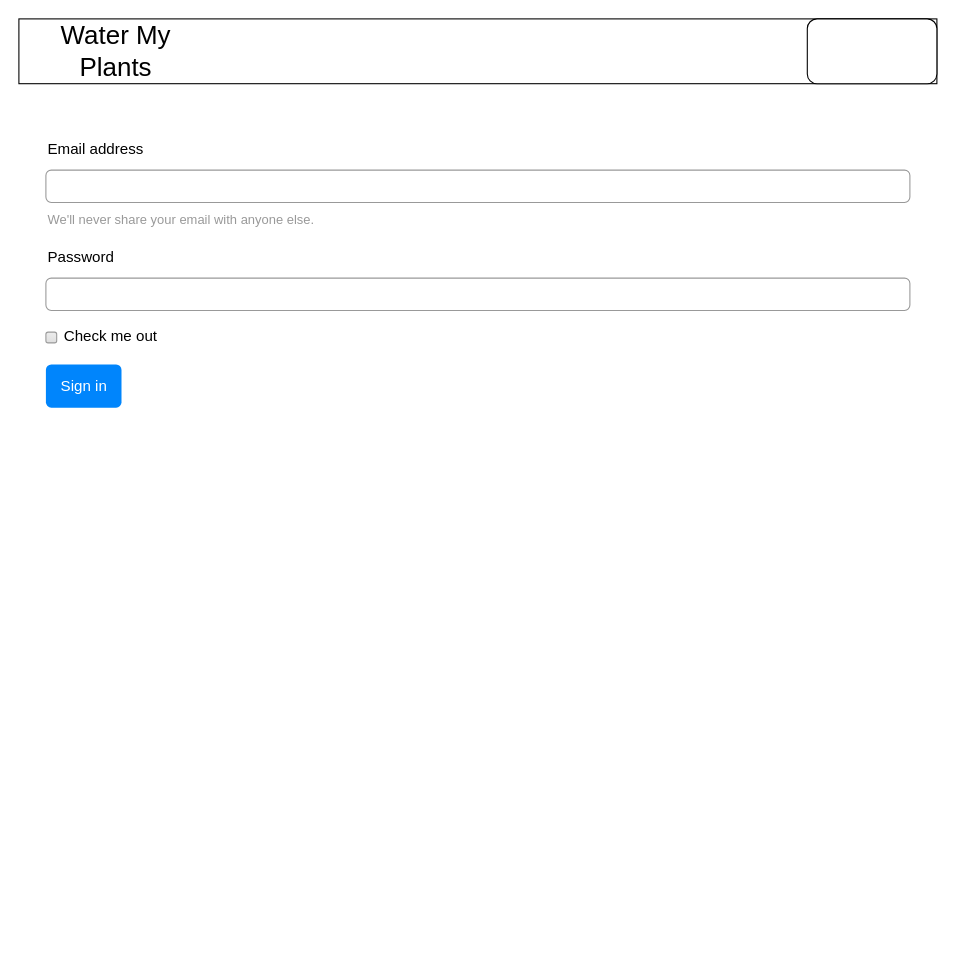
Earlier version of the draw.io diagram page "Login Page" (3 of 7) of Diagram.drawio (Build-Week-watermyplants-4/front-end). Source tidied: cells renumbered, new cells numbered last; positions are measured from the earlier drawing's top-left corner, leaving out a move shared by most shapes. Both pictures are drawn from the tidied source at 108%, with x=0, y=0 at pixel (18, 18).
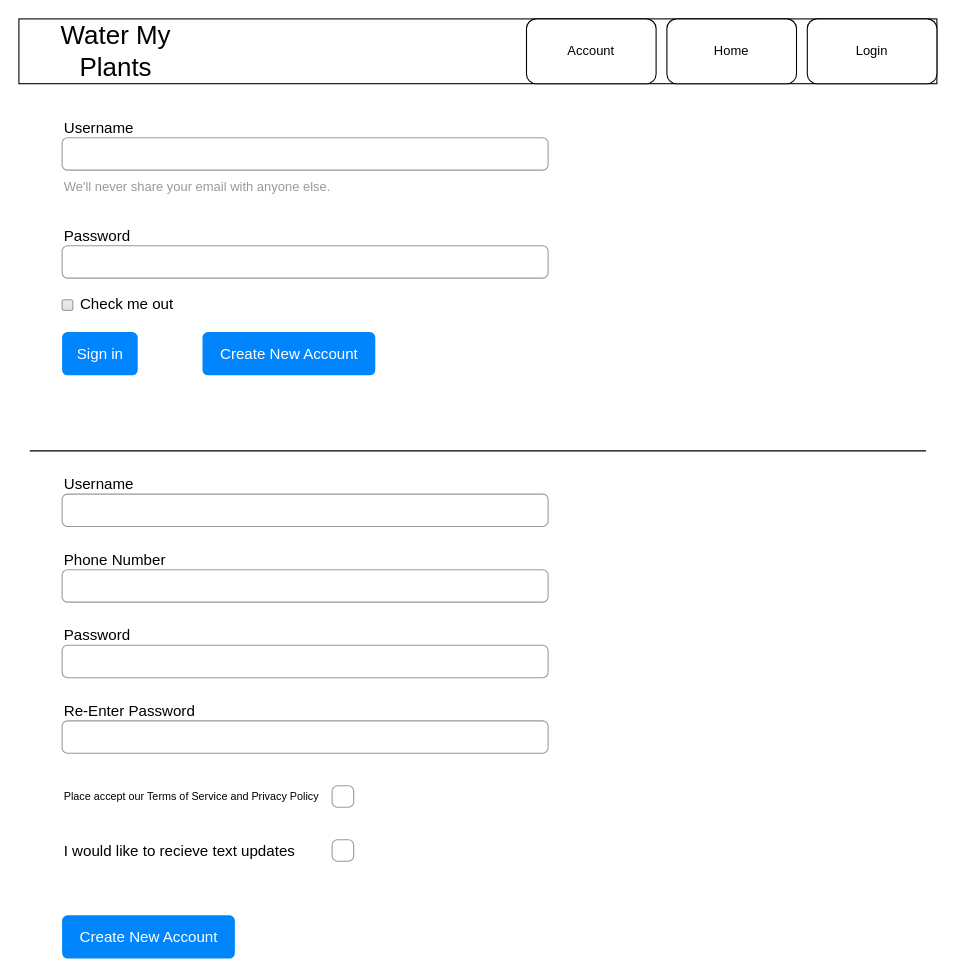
Above is the later version.

Diff of the diagram source:
```diff
@@
-    <mxCell id="3" style="rounded=1;whiteSpace=wrap;html=1;" parent="1" vertex="1">
-      <mxGeometry x="730" width="120" height="60" as="geometry" />
-    </mxCell>
@@
-    <mxCell id="5" value="Email address" style="fillColor=none;strokeColor=none;align=left;fontSize=14;" parent="1" vertex="1">
+    <mxCell id="5" value="Username" style="fillColor=none;strokeColor=none;align=left;fontSize=14;" parent="1" vertex="1">
       <mxGeometry width="260" height="40" relative="1" as="geometry">
-        <mxPoint x="25" y="100" as="offset" />
+        <mxPoint x="40" y="80" as="offset" />
       </mxGeometry>
     </mxCell>
     <mxCell id="6" style="html=1;shadow=0;dashed=0;shape=mxgraph.bootstrap.rrect;rSize=5;fillColor=none;strokeColor=#999999;align=left;spacing=15;fontSize=14;fontColor=#6C767D;" parent="1" vertex="1">
-      <mxGeometry width="800" height="30" relative="1" as="geometry">
-        <mxPoint x="25" y="140" as="offset" />
+      <mxGeometry width="450" height="30" relative="1" as="geometry">
+        <mxPoint x="40" y="110" as="offset" />
       </mxGeometry>
     </mxCell>
     <mxCell id="7" value="We'll never share your email with anyone else." style="fillColor=none;strokeColor=none;align=left;spacing=2;fontSize=12;fontColor=#999999;" parent="1" vertex="1">
       <mxGeometry width="260" height="30" relative="1" as="geometry">
-        <mxPoint x="25" y="170" as="offset" />
+        <mxPoint x="40" y="140" as="offset" />
       </mxGeometry>
     </mxCell>
     <mxCell id="8" value="Password" style="fillColor=none;strokeColor=none;align=left;fontSize=14;" parent="1" vertex="1">
       <mxGeometry width="260" height="40" relative="1" as="geometry">
-        <mxPoint x="25" y="200" as="offset" />
+        <mxPoint x="40" y="180" as="offset" />
       </mxGeometry>
     </mxCell>
     <mxCell id="9" style="html=1;shadow=0;dashed=0;shape=mxgraph.bootstrap.rrect;rSize=5;fillColor=none;strokeColor=#999999;align=left;spacing=15;fontSize=14;fontColor=#6C767D;" parent="1" vertex="1">
-      <mxGeometry width="800" height="30" relative="1" as="geometry">
-        <mxPoint x="25" y="240" as="offset" />
+      <mxGeometry width="450" height="30" relative="1" as="geometry">
+        <mxPoint x="40" y="210" as="offset" />
       </mxGeometry>
     </mxCell>
     <mxCell id="10" value="Check me out" style="html=1;shadow=0;dashed=0;shape=mxgraph.bootstrap.rrect;rSize=2;fillColor=#EDEDED;strokeColor=#999999;align=left;fontSize=14;fontColor=#000000;labelPosition=right;verticalLabelPosition=middle;verticalAlign=middle;spacingLeft=5;spacingTop=-2;gradientColor=#DEDEDE;" parent="1" vertex="1">
       <mxGeometry width="10" height="10" relative="1" as="geometry">
-        <mxPoint x="25" y="290" as="offset" />
+        <mxPoint x="40" y="260" as="offset" />
       </mxGeometry>
     </mxCell>
     <mxCell id="11" value="Sign in" style="html=1;shadow=0;dashed=0;shape=mxgraph.bootstrap.rrect;rSize=5;fillColor=#0085FC;strokeColor=none;align=center;fontSize=14;fontColor=#FFFFFF;" parent="1" vertex="1">
       <mxGeometry width="70" height="40" relative="1" as="geometry">
-        <mxPoint x="25" y="320" as="offset" />
+        <mxPoint x="40" y="290" as="offset" />
       </mxGeometry>
     </mxCell>
+    <mxCell id="12" style="html=1;shadow=0;dashed=0;shape=mxgraph.bootstrap.rrect;rSize=5;fillColor=none;strokeColor=#999999;align=left;spacing=15;fontSize=14;fontColor=#6C767D;" parent="1" vertex="1">
+      <mxGeometry width="450" height="30" relative="1" as="geometry">
+        <mxPoint x="40" y="440" as="offset" />
+      </mxGeometry>
+    </mxCell>
+    <mxCell id="13" style="html=1;shadow=0;dashed=0;shape=mxgraph.bootstrap.rrect;rSize=5;fillColor=none;strokeColor=#999999;align=left;spacing=15;fontSize=14;fontColor=#6C767D;" parent="1" vertex="1">
+      <mxGeometry width="450" height="30" relative="1" as="geometry">
+        <mxPoint x="40" y="580" as="offset" />
+      </mxGeometry>
+    </mxCell>
+    <mxCell id="14" style="html=1;shadow=0;dashed=0;shape=mxgraph.bootstrap.rrect;rSize=5;fillColor=none;strokeColor=#999999;align=left;spacing=15;fontSize=14;fontColor=#6C767D;" parent="1" vertex="1">
+      <mxGeometry width="450" height="30" relative="1" as="geometry">
+        <mxPoint x="40" y="650" as="offset" />
+      </mxGeometry>
+    </mxCell>
+    <mxCell id="15" value="Re-Enter Password" style="fillColor=none;strokeColor=none;align=left;fontSize=14;" parent="1" vertex="1">
+      <mxGeometry width="260" height="40" relative="1" as="geometry">
+        <mxPoint x="40" y="620" as="offset" />
+      </mxGeometry>
+    </mxCell>
+    <mxCell id="16" value="Password" style="fillColor=none;strokeColor=none;align=left;fontSize=14;" parent="1" vertex="1">
+      <mxGeometry width="260" height="40" relative="1" as="geometry">
+        <mxPoint x="40" y="550" as="offset" />
+      </mxGeometry>
+    </mxCell>
+    <mxCell id="17" value="Username" style="fillColor=none;strokeColor=none;align=left;fontSize=14;" parent="1" vertex="1">
+      <mxGeometry width="260" height="40" relative="1" as="geometry">
+        <mxPoint x="40" y="410" as="offset" />
+      </mxGeometry>
+    </mxCell>
+    <mxCell id="18" style="html=1;shadow=0;dashed=0;shape=mxgraph.bootstrap.rrect;rSize=5;fillColor=none;strokeColor=#999999;align=left;spacing=15;fontSize=14;fontColor=#6C767D;" parent="1" vertex="1">
+      <mxGeometry width="20" height="20" relative="1" as="geometry">
+        <mxPoint x="290" y="710" as="offset" />
+      </mxGeometry>
+    </mxCell>
+    <mxCell id="19" value="Place accept our Terms of Service and Privacy Policy" style="fillColor=none;strokeColor=none;align=left;fontSize=10;" parent="1" vertex="1">
+      <mxGeometry width="260" height="40" relative="1" as="geometry">
+        <mxPoint x="40" y="700" as="offset" />
+      </mxGeometry>
+    </mxCell>
+    <mxCell id="20" value="I would like to recieve text updates" style="fillColor=none;strokeColor=none;align=left;fontSize=14;" parent="1" vertex="1">
+      <mxGeometry width="260" height="40" relative="1" as="geometry">
+        <mxPoint x="40" y="750" as="offset" />
+      </mxGeometry>
+    </mxCell>
+    <mxCell id="21" style="html=1;shadow=0;dashed=0;shape=mxgraph.bootstrap.rrect;rSize=5;fillColor=none;strokeColor=#999999;align=left;spacing=15;fontSize=14;fontColor=#6C767D;" parent="1" vertex="1">
+      <mxGeometry width="20" height="20" relative="1" as="geometry">
+        <mxPoint x="290" y="760" as="offset" />
+      </mxGeometry>
+    </mxCell>
+    <mxCell id="22" style="endArrow=none;html=1;" parent="1" edge="1">
+      <mxGeometry relative="1" as="geometry">
+        <mxPoint x="10" y="400" as="sourcePoint" />
+        <mxPoint x="840" y="400" as="targetPoint" />
+      </mxGeometry>
+    </mxCell>
+    <mxCell id="23" value="Create New Account" style="html=1;shadow=0;dashed=0;shape=mxgraph.bootstrap.rrect;rSize=5;fillColor=#0085FC;strokeColor=none;align=center;fontSize=14;fontColor=#FFFFFF;" parent="1" vertex="1">
+      <mxGeometry width="160" height="40" relative="1" as="geometry">
+        <mxPoint x="170" y="290" as="offset" />
+      </mxGeometry>
+    </mxCell>
+    <mxCell id="24" value="Create New Account" style="html=1;shadow=0;dashed=0;shape=mxgraph.bootstrap.rrect;rSize=5;fillColor=#0085FC;strokeColor=none;align=center;fontSize=14;fontColor=#FFFFFF;" parent="1" vertex="1">
+      <mxGeometry width="160" height="40" relative="1" as="geometry">
+        <mxPoint x="40" y="830" as="offset" />
+      </mxGeometry>
+    </mxCell>
+    <mxCell id="25" style="html=1;shadow=0;dashed=0;shape=mxgraph.bootstrap.rrect;rSize=5;fillColor=none;strokeColor=#999999;align=left;spacing=15;fontSize=14;fontColor=#6C767D;" parent="1" vertex="1">
+      <mxGeometry width="450" height="30" relative="1" as="geometry">
+        <mxPoint x="40" y="510" as="offset" />
+      </mxGeometry>
+    </mxCell>
+    <mxCell id="26" value="Phone Number" style="fillColor=none;strokeColor=none;align=left;fontSize=14;" parent="1" vertex="1">
+      <mxGeometry width="260" height="40" relative="1" as="geometry">
+        <mxPoint x="40" y="480" as="offset" />
+      </mxGeometry>
+    </mxCell>
+    <mxCell id="3" style="rounded=1;whiteSpace=wrap;html=1;" parent="1" vertex="1">
+      <mxGeometry x="730" width="120" height="60" as="geometry" />
+    </mxCell>
+    <mxCell id="27" value="Login" style="text;html=1;strokeColor=none;fillColor=none;align=center;verticalAlign=middle;whiteSpace=wrap;rounded=0;" parent="1" vertex="1">
+      <mxGeometry x="770" y="20" width="40" height="20" as="geometry" />
+    </mxCell>
+    <mxCell id="28" style="rounded=1;whiteSpace=wrap;html=1;" parent="1" vertex="1">
+      <mxGeometry x="600" width="120" height="60" as="geometry" />
+    </mxCell>
+    <mxCell id="29" value="Home" style="text;html=1;strokeColor=none;fillColor=none;align=center;verticalAlign=middle;whiteSpace=wrap;rounded=0;" parent="1" vertex="1">
+      <mxGeometry x="640" y="20" width="40" height="20" as="geometry" />
+    </mxCell>
+    <mxCell id="30" style="rounded=1;whiteSpace=wrap;html=1;" parent="1" vertex="1">
+      <mxGeometry x="470" width="120" height="60" as="geometry" />
+    </mxCell>
+    <mxCell id="31" value="Account" style="text;html=1;strokeColor=none;fillColor=none;align=center;verticalAlign=middle;whiteSpace=wrap;rounded=0;" parent="1" vertex="1">
+      <mxGeometry x="510" y="20" width="40" height="20" as="geometry" />
+    </mxCell>
```
